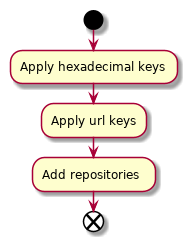
This is docs/uml/repositores.png from cslucr/ubuntu-ucr, a PlantUML export, as it was before one commit.
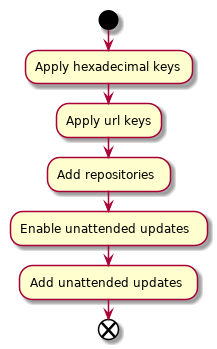
The same diagram one commit later.

Change to the diagram source:
```diff
@@ -3,5 +3,7 @@
 :Apply hexadecimal keys;
 :Apply url keys;
 :Add repositories;
+:Enable unattended updates;
+:Add unattended updates;
 end
 @enduml
```
